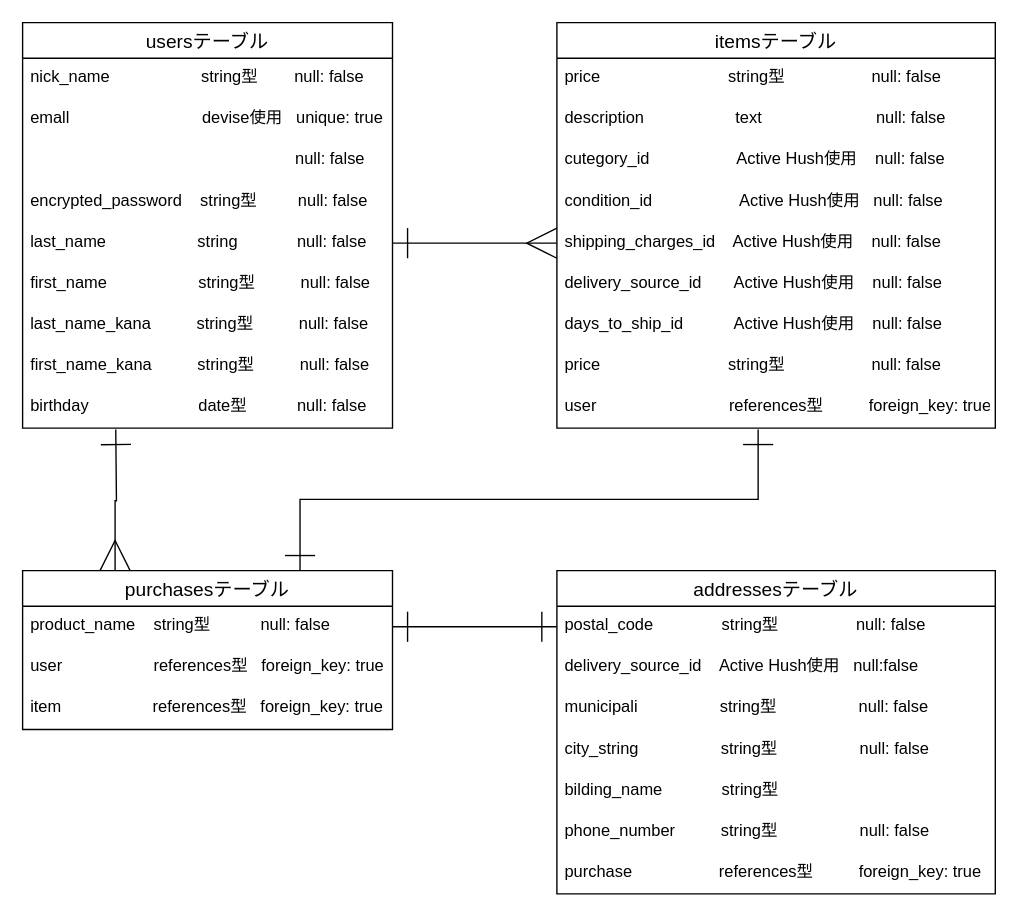
Above: ER1.dio in hasemoku/furima-35430 (draw.io), before the change. Source tidied: cells renumbered, new cells numbered last; positions are measured from the earlier drawing's top-left corner, leaving out a move shared by most shapes. Both pictures are drawn from the tidied source at 137%, with x=0, y=0 at pixel (22, 22).
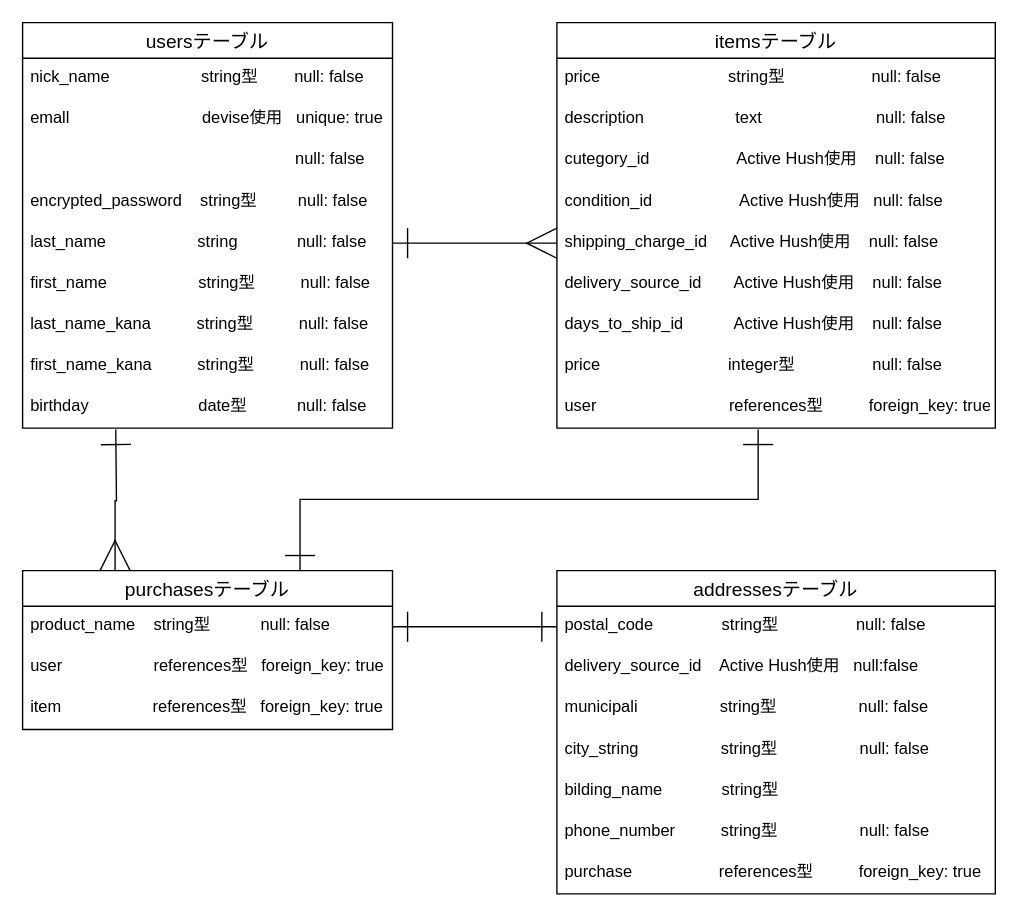
The same page after the edit.

The change refers to these unchanged cells:
```xml
<mxCell id="12" value="itemsテーブル" style="swimlane;fontStyle=0;horizontal=1;startSize=26;align=center;fontSize=14;" parent="1" vertex="1">
  <mxGeometry x="390" width="320" height="296" as="geometry" />
</mxCell>
```

The edit, as a diff of the source:
```diff
@@
-    <mxCell id="17" value="shipping_charges_id    Active Hush使用    null: false" style="text;strokeColor=none;fillColor=none;spacingLeft=4;spacingRight=4;overflow=hidden;points=[[0,0.5],[1,0.5]];portConstraint=eastwest;fontSize=12;" parent="12" vertex="1">
+    <mxCell id="17" value="shipping_charge_id     Active Hush使用    null: false" style="text;strokeColor=none;fillColor=none;spacingLeft=4;spacingRight=4;overflow=hidden;points=[[0,0.5],[1,0.5]];portConstraint=eastwest;fontSize=12;" parent="12" vertex="1">
       <mxGeometry y="146" width="320" height="30" as="geometry" />
     </mxCell>
@@
-    <mxCell id="20" value="price                            string型                   null: false" style="text;strokeColor=none;fillColor=none;spacingLeft=4;spacingRight=4;overflow=hidden;fontSize=12;" parent="12" vertex="1">
+    <mxCell id="20" value="price                            integer型                 null: false" style="text;strokeColor=none;fillColor=none;spacingLeft=4;spacingRight=4;overflow=hidden;fontSize=12;" parent="12" vertex="1">
       <mxGeometry y="236" width="320" height="30" as="geometry" />
     </mxCell>
```
